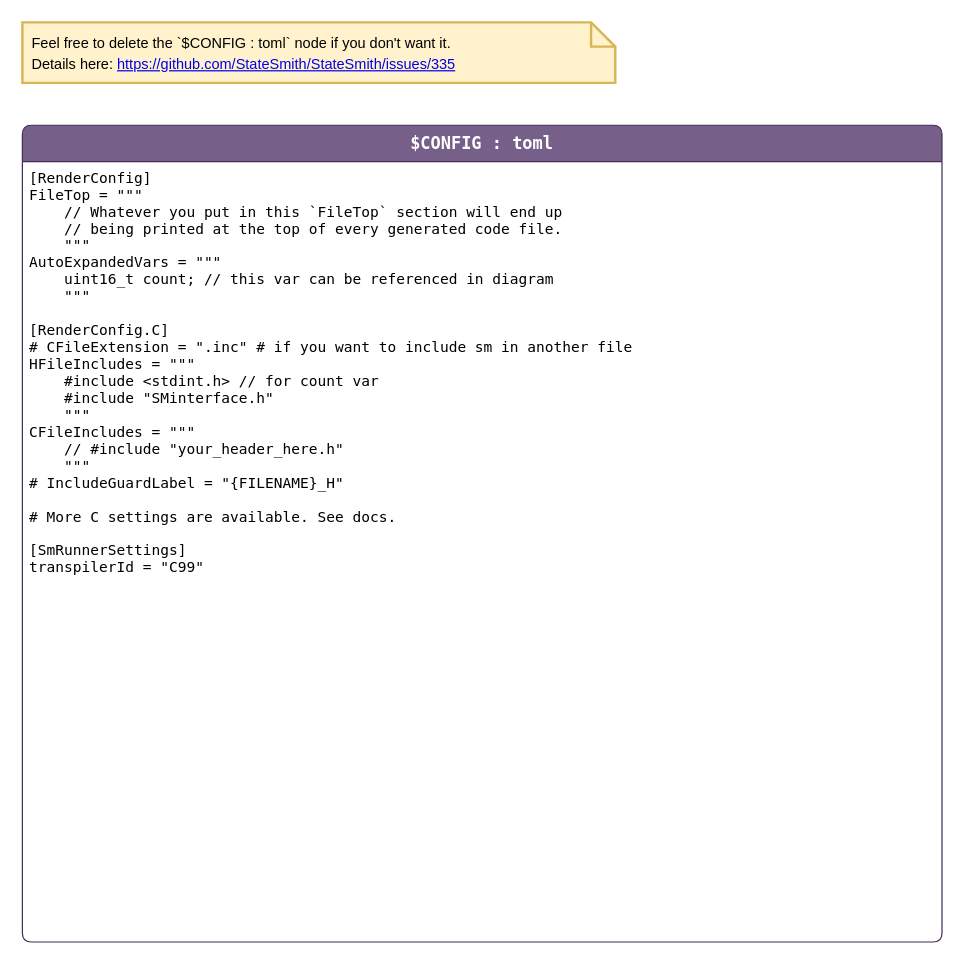
This is page "config" (2 of 3) of Core/StateMachine/SMSodaStreamPure.drawio from Joe10CS/Pure, a draw.io file, before an edit. Source tidied: cells renumbered, new cells numbered last; positions are measured from the earlier drawing's top-left corner, leaving out a move shared by most shapes. Both pictures are drawn from the tidied source at 121%, with x=0, y=0 at pixel (22, 22).
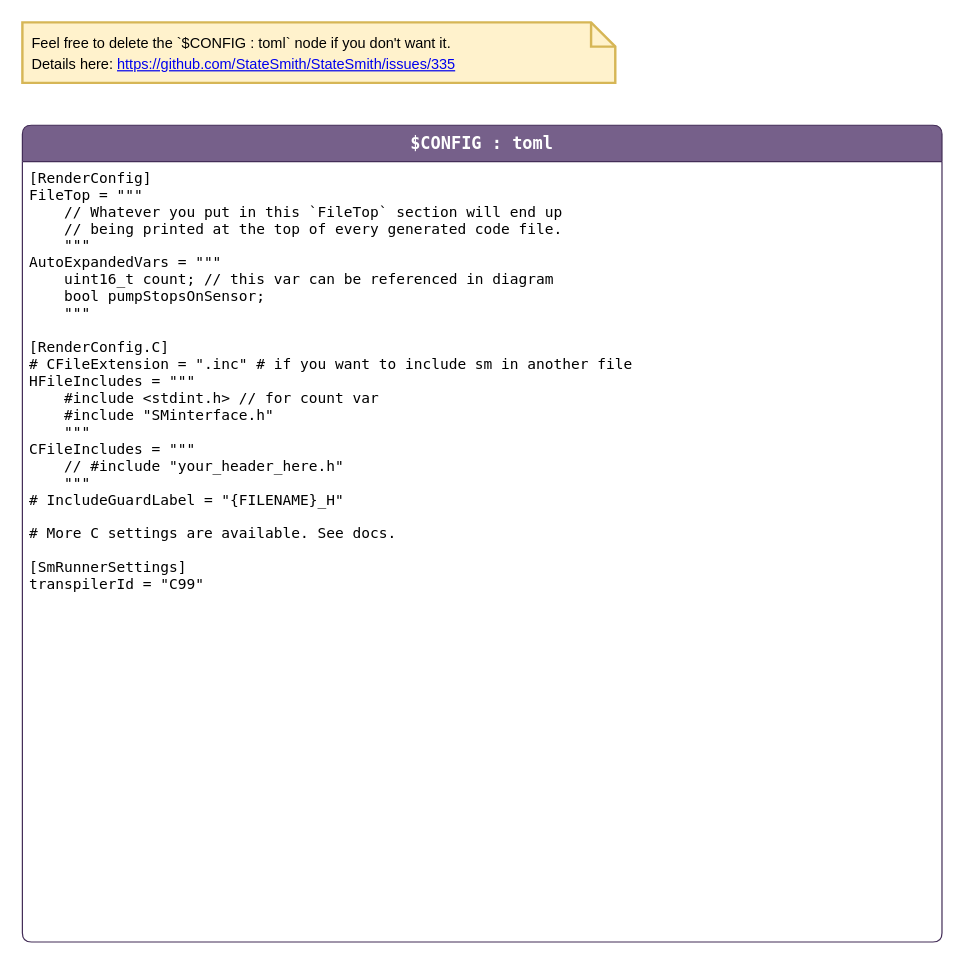
The same diagram, later.

The edit, as a diff of the source:
```diff
@@
 <mxGraphModel>
   <root>
     <mxCell id="0" />
     <mxCell id="1" parent="0" />
     <mxCell id="2" value="$CONFIG : toml" style="shape=swimlane;align=center;verticalAlign=top;fontFamily=Lucida Console;startSize=30;fontSize=14;fontStyle=1;swimlaneFillColor=default;rounded=1;arcSize=15;absoluteArcSize=1;fillColor=#76608a;strokeColor=#432D57;fontColor=#ffffff;" parent="1" vertex="1">
       <mxGeometry y="85" width="760" height="675" as="geometry" />
     </mxCell>
-    <mxCell id="3" value="[RenderConfig]&#10;FileTop = &quot;&quot;&quot;&#10;    // Whatever you put in this `FileTop` section will end up &#10;    // being printed at the top of every generated code file.&#10;    &quot;&quot;&quot;&#10;AutoExpandedVars = &quot;&quot;&quot;&#10;    uint16_t count; // this var can be referenced in diagram&#10;    &quot;&quot;&quot;&#10;&#10;[RenderConfig.C]&#10;# CFileExtension = &quot;.inc&quot; # if you want to include sm in another file&#10;HFileIncludes = &quot;&quot;&quot;&#10;    #include &lt;stdint.h&gt; // for count var&#10;    #include &quot;SMinterface.h&quot;&#10;    &quot;&quot;&quot;&#10;CFileIncludes = &quot;&quot;&quot;&#10;    // #include &quot;your_header_here.h&quot;&#10;    &quot;&quot;&quot;&#10;# IncludeGuardLabel = &quot;{FILENAME}_H&quot;&#10;&#10;# More C settings are available. See docs.&#10;&#10;[SmRunnerSettings]&#10;transpilerId = &quot;C99&quot;" style="fontFamily=Lucida Console;align=left;verticalAlign=top;fillColor=none;gradientColor=none;strokeColor=none;rounded=0;spacingLeft=4;" parent="2" vertex="1">
-      <mxGeometry y="30" width="520" height="360" as="geometry" />
+    <mxCell id="3" value="[RenderConfig]&#10;FileTop = &quot;&quot;&quot;&#10;    // Whatever you put in this `FileTop` section will end up &#10;    // being printed at the top of every generated code file.&#10;    &quot;&quot;&quot;&#10;AutoExpandedVars = &quot;&quot;&quot;&#10;    uint16_t count; // this var can be referenced in diagram&#10;    bool pumpStopsOnSensor;&#10;    &quot;&quot;&quot;&#10;&#10;[RenderConfig.C]&#10;# CFileExtension = &quot;.inc&quot; # if you want to include sm in another file&#10;HFileIncludes = &quot;&quot;&quot;&#10;    #include &lt;stdint.h&gt; // for count var&#10;    #include &quot;SMinterface.h&quot;&#10;    &quot;&quot;&quot;&#10;CFileIncludes = &quot;&quot;&quot;&#10;    // #include &quot;your_header_here.h&quot;&#10;    &quot;&quot;&quot;&#10;# IncludeGuardLabel = &quot;{FILENAME}_H&quot;&#10;&#10;# More C settings are available. See docs.&#10;&#10;[SmRunnerSettings]&#10;transpilerId = &quot;C99&quot;" style="fontFamily=Lucida Console;align=left;verticalAlign=top;fillColor=none;gradientColor=none;strokeColor=none;rounded=0;spacingLeft=4;" parent="2" vertex="1">
+      <mxGeometry y="30" width="520" height="370" as="geometry" />
     </mxCell>
     <mxCell id="4" value="&lt;span style=&quot;color: rgb(0, 0, 0); font-size: 12px;&quot;&gt;Feel free to delete the `$CONFIG : toml` node if you don't want it.&lt;/span&gt;&lt;br style=&quot;color: rgb(0, 0, 0); font-size: 12px;&quot;&gt;&lt;span style=&quot;color: rgb(0, 0, 0); font-size: 12px;&quot;&gt;Details here:&amp;nbsp;&lt;/span&gt;&lt;a style=&quot;font-size: 12px;&quot; href=&quot;https://github.com/StateSmith/StateSmith/issues/335&quot;&gt;https://github.com/StateSmith/StateSmith/issues/335&lt;/a&gt;" style="shape=note;strokeWidth=2;fontSize=14;size=20;whiteSpace=wrap;html=1;fillColor=#fff2cc;strokeColor=#d6b656;fontColor=#2B2B00;align=left;spacingLeft=6;" parent="1" vertex="1">
       <mxGeometry width="490" height="50" as="geometry" />
     </mxCell>
   </root>
 </mxGraphModel>
```
